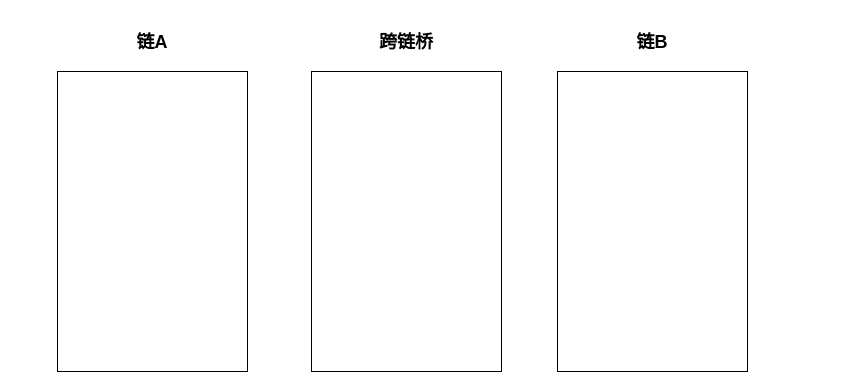
This is 跨链桥时序图.drawio from ForLina/sxc_contract, a draw.io file, before an edit. Source tidied: cells renumbered, new cells numbered last; positions are measured from the earlier drawing's top-left corner, leaving out a move shared by most shapes. Both pictures are drawn from the tidied source at 100%, with x=0, y=0 at pixel (57, 71).
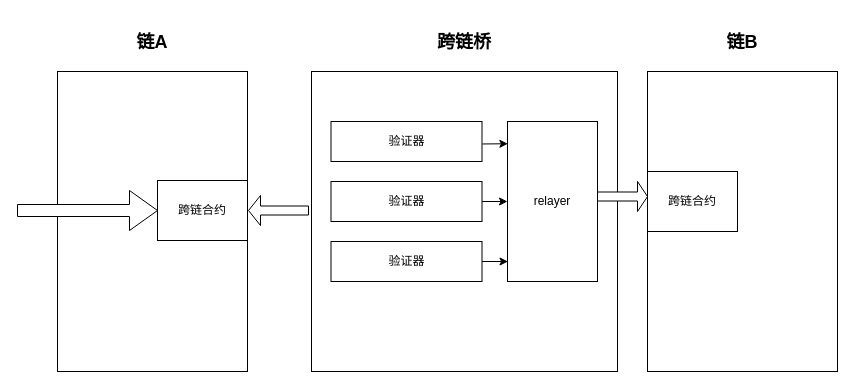
The same page after the edit.

Commit message (it also covers changes not shown here):
更新跨链桥时序图.drawio

What changed in the source:
```diff
@@
 <mxGraphModel>
   <root>
     <mxCell id="0" />
     <mxCell id="1" parent="0" />
     <mxCell id="2" value="&lt;h2&gt;链A&lt;/h2&gt;" style="rounded=0;whiteSpace=wrap;html=1;align=center;labelPosition=center;verticalLabelPosition=top;verticalAlign=bottom;" parent="1" vertex="1">
       <mxGeometry width="190" height="300" as="geometry" />
     </mxCell>
     <mxCell id="3" value="&lt;h2&gt;跨链桥&lt;/h2&gt;" style="rounded=0;whiteSpace=wrap;html=1;align=center;labelPosition=center;verticalLabelPosition=top;verticalAlign=bottom;" parent="1" vertex="1">
-      <mxGeometry x="254" width="190" height="300" as="geometry" />
+      <mxGeometry x="254" width="306" height="300" as="geometry" />
     </mxCell>
     <mxCell id="4" value="&lt;h2&gt;链B&lt;/h2&gt;" style="rounded=0;whiteSpace=wrap;html=1;align=center;labelPosition=center;verticalLabelPosition=top;verticalAlign=bottom;" parent="1" vertex="1">
-      <mxGeometry x="500" width="190" height="300" as="geometry" />
+      <mxGeometry x="590" width="190" height="300" as="geometry" />
     </mxCell>
+    <mxCell id="5" value="跨链合约" style="rounded=0;whiteSpace=wrap;html=1;" parent="1" vertex="1">
+      <mxGeometry x="100" y="109" width="90" height="60" as="geometry" />
+    </mxCell>
+    <mxCell id="6" style="shape=singleArrow;whiteSpace=wrap;html=1;" parent="1" vertex="1">
+      <mxGeometry x="-40" y="119" width="140" height="40" as="geometry" />
+    </mxCell>
+    <mxCell id="7" value="验证器" style="rounded=0;whiteSpace=wrap;html=1;" parent="1" vertex="1">
+      <mxGeometry x="273.5" y="50" width="151" height="40" as="geometry" />
+    </mxCell>
+    <mxCell id="8" style="edgeStyle=orthogonalEdgeStyle;rounded=0;jettySize=auto;html=1;" parent="1" edge="1" source="9" target="11">
+      <mxGeometry relative="1" as="geometry" />
+    </mxCell>
+    <mxCell id="9" value="验证器" style="rounded=0;whiteSpace=wrap;html=1;" parent="1" vertex="1">
+      <mxGeometry x="273.5" y="110" width="151" height="40" as="geometry" />
+    </mxCell>
+    <mxCell id="10" value="验证器" style="rounded=0;whiteSpace=wrap;html=1;" parent="1" vertex="1">
+      <mxGeometry x="273.5" y="170" width="151" height="40" as="geometry" />
+    </mxCell>
+    <mxCell id="11" value="relayer" style="rounded=0;whiteSpace=wrap;html=1;" parent="1" vertex="1">
+      <mxGeometry x="450" y="50" width="90" height="160" as="geometry" />
+    </mxCell>
+    <mxCell id="12" style="endArrow=classic;html=1;rounded=0;exitX=1.002;exitY=0.562;exitDx=0;exitDy=0;exitPerimeter=0;entryX=0.004;entryY=0.139;entryDx=0;entryDy=0;entryPerimeter=0;" parent="1" edge="1" source="7" target="11">
+      <mxGeometry relative="1" as="geometry" />
+    </mxCell>
+    <mxCell id="13" style="edgeStyle=orthogonalEdgeStyle;rounded=0;jettySize=auto;html=1;exitX=1;exitY=0.5;exitDx=0;exitDy=0;entryX=0.006;entryY=0.872;entryDx=0;entryDy=0;entryPerimeter=0;" parent="1" edge="1" source="10" target="11">
+      <mxGeometry relative="1" as="geometry" />
+    </mxCell>
+    <mxCell id="14" value="跨链合约" style="rounded=0;whiteSpace=wrap;html=1;" parent="1" vertex="1">
+      <mxGeometry x="590" y="100" width="90" height="60" as="geometry" />
+    </mxCell>
+    <mxCell id="15" style="shape=singleArrow;whiteSpace=wrap;html=1;" parent="1" vertex="1">
+      <mxGeometry x="540" y="110" width="50" height="30" as="geometry" />
+    </mxCell>
+    <mxCell id="16" style="shape=singleArrow;whiteSpace=wrap;html=1;rotation=-180;" parent="1" vertex="1">
+      <mxGeometry x="191" y="124" width="60" height="30" as="geometry" />
+    </mxCell>
   </root>
 </mxGraphModel>
```
